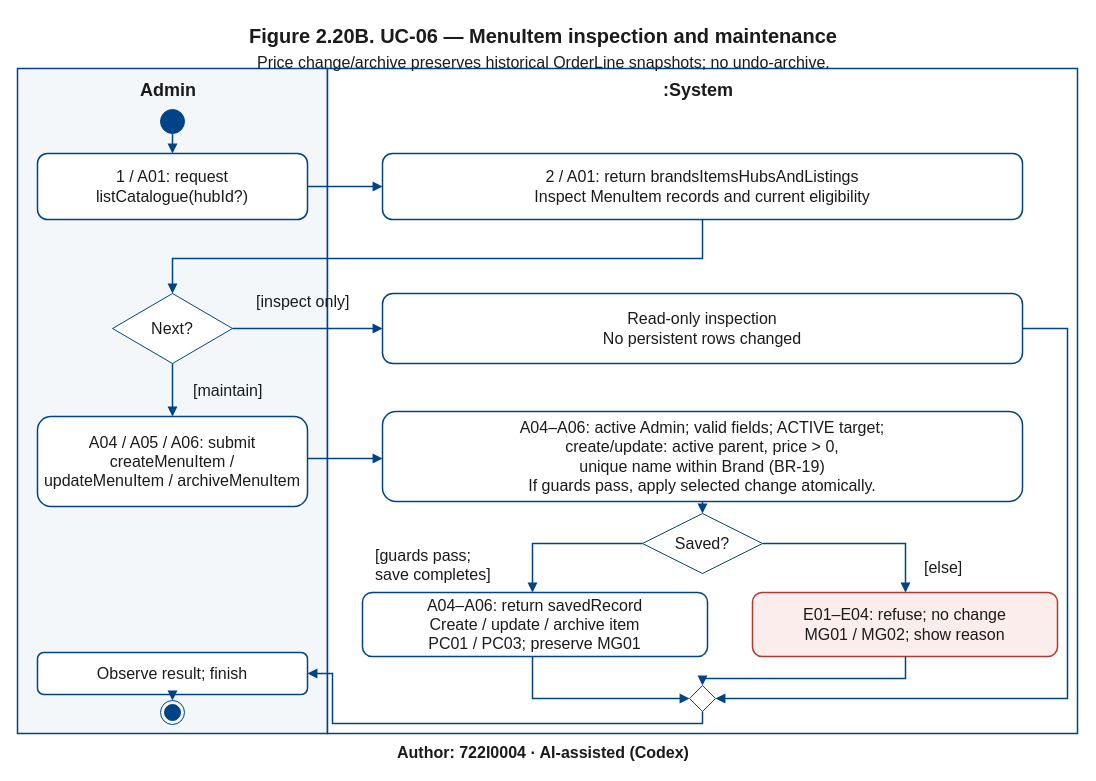
Dat071104/SaigonBite keeps this draw.io diagram as page "Figure 2.20B. UC-06 — MenuItem inspection and maintenance" (2 of 3) of models/UC-06/activity_uc06.drawio. Above is the earlier version. Source tidied: cells renumbered, new cells numbered last; positions are measured from the earlier drawing's top-left corner, leaving out a move shared by most shapes. Both pictures are drawn from the tidied source at 100%, with x=0, y=0 at pixel (17, 17).
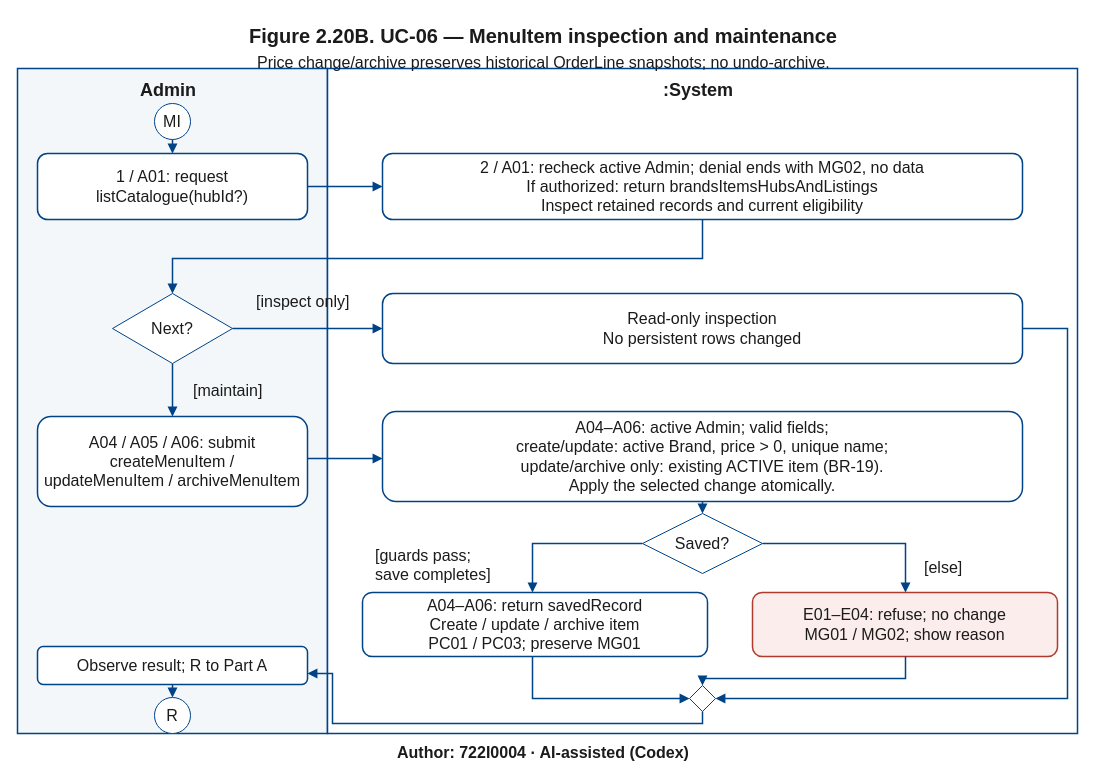
The same diagram, later.

Unchanged cells that the change refers to:
```xml
<mxCell id="18" style="html=0;whiteSpace=wrap;fontFamily=Arial;fontSize=16;fontColor=#1B1B1B;rhombus;fillColor=white;strokeColor=#004387;" parent="1" vertex="1">
  <mxGeometry x="672" y="668" width="26" height="26" as="geometry" />
</mxCell>
```

The edit, as a diff of the source:
```diff
@@
-    <mxCell id="8" style="html=0;whiteSpace=wrap;fontFamily=Arial;fontSize=16;fontColor=#1B1B1B;ellipse;fillColor=#004387;strokeColor=#004387;" parent="1" vertex="1">
-      <mxGeometry x="143" y="92" width="24" height="24" as="geometry" />
+    <mxCell id="8" value="MI" style="html=0;whiteSpace=wrap;fontFamily=Arial;fontSize=16;fontColor=#1B1B1B;ellipse;fillColor=white;strokeColor=#004387;" parent="1" vertex="1">
+      <mxGeometry x="137" y="86" width="36" height="36" as="geometry" />
     </mxCell>
@@
-    <mxCell id="10" value="2 / A01: return brandsItemsHubsAndListings&#10;Inspect MenuItem records and current eligibility" style="html=0;whiteSpace=wrap;fontFamily=Arial;fontSize=16;fontColor=#1B1B1B;rounded=1;fillColor=white;strokeColor=#004387;strokeWidth=1.5;" parent="1" vertex="1">
+    <mxCell id="10" value="2 / A01: recheck active Admin; denial ends with MG02, no data&#10;If authorized: return brandsItemsHubsAndListings&#10;Inspect retained records and current eligibility" style="html=0;whiteSpace=wrap;fontFamily=Arial;fontSize=16;fontColor=#1B1B1B;rounded=1;fillColor=white;strokeColor=#004387;strokeWidth=1.5;" parent="1" vertex="1">
       <mxGeometry x="365" y="136" width="640" height="66" as="geometry" />
     </mxCell>
@@
-    <mxCell id="14" value="A04–A06: active Admin; valid fields; ACTIVE target;&#10;create/update: active parent, price &gt; 0,&#10;unique name within Brand (BR-19)&#10;If guards pass, apply selected change atomically." style="html=0;whiteSpace=wrap;fontFamily=Arial;fontSize=16;fontColor=#1B1B1B;rounded=1;fillColor=white;strokeColor=#004387;strokeWidth=1.5;" parent="1" vertex="1">
+    <mxCell id="14" value="A04–A06: active Admin; valid fields;&#10;create/update: active Brand, price &gt; 0, unique name;&#10;update/archive only: existing ACTIVE item (BR-19).&#10;Apply the selected change atomically." style="html=0;whiteSpace=wrap;fontFamily=Arial;fontSize=16;fontColor=#1B1B1B;rounded=1;fillColor=white;strokeColor=#004387;strokeWidth=1.5;" parent="1" vertex="1">
       <mxGeometry x="365" y="394" width="640" height="90" as="geometry" />
     </mxCell>
@@
-    <mxCell id="19" value="Observe result; finish" style="html=0;whiteSpace=wrap;fontFamily=Arial;fontSize=16;fontColor=#1B1B1B;rounded=1;fillColor=white;strokeColor=#004387;strokeWidth=1.5;" parent="1" vertex="1">
-      <mxGeometry x="20" y="635" width="270" height="42" as="geometry" />
+    <mxCell id="19" value="Observe result; R to Part A" style="html=0;whiteSpace=wrap;fontFamily=Arial;fontSize=16;fontColor=#1B1B1B;rounded=1;fillColor=white;strokeColor=#004387;strokeWidth=1.5;" parent="1" vertex="1">
+      <mxGeometry x="20" y="629" width="270" height="38" as="geometry" />
     </mxCell>
-    <mxCell id="20" style="html=0;whiteSpace=wrap;fontFamily=Arial;fontSize=16;fontColor=#1B1B1B;shape=endState;fillColor=#004387;strokeColor=#004387;" parent="1" vertex="1">
-      <mxGeometry x="143" y="683" width="24" height="24" as="geometry" />
+    <mxCell id="20" value="R" style="html=0;whiteSpace=wrap;fontFamily=Arial;fontSize=16;fontColor=#1B1B1B;ellipse;fillColor=white;strokeColor=#004387;" parent="1" vertex="1">
+      <mxGeometry x="137" y="680" width="36" height="36" as="geometry" />
     </mxCell>
@@
-    <mxCell id="37" style="edgeStyle=none;rounded=0;strokeColor=#004387;strokeWidth=1.5;endArrow=block;exitX=0.5;exitY=1.0;exitPerimeter=0;entryX=1.0;entryY=0.5;entryPerimeter=0;" parent="1" edge="1" source="18" target="19">
+    <mxCell id="37" style="edgeStyle=none;rounded=0;strokeColor=#004387;strokeWidth=1.5;endArrow=block;exitX=0.5;exitY=1.0;exitPerimeter=0;entryX=1.0;entryY=0.7105263157894737;entryPerimeter=0;" parent="1" edge="1" source="18" target="19">
       <mxGeometry relative="1" as="geometry">
         <Array as="points">
           <mxPoint x="685" y="706" />
           <mxPoint x="315" y="706" />
           <mxPoint x="315" y="656" />
         </Array>
       </mxGeometry>
     </mxCell>
```
